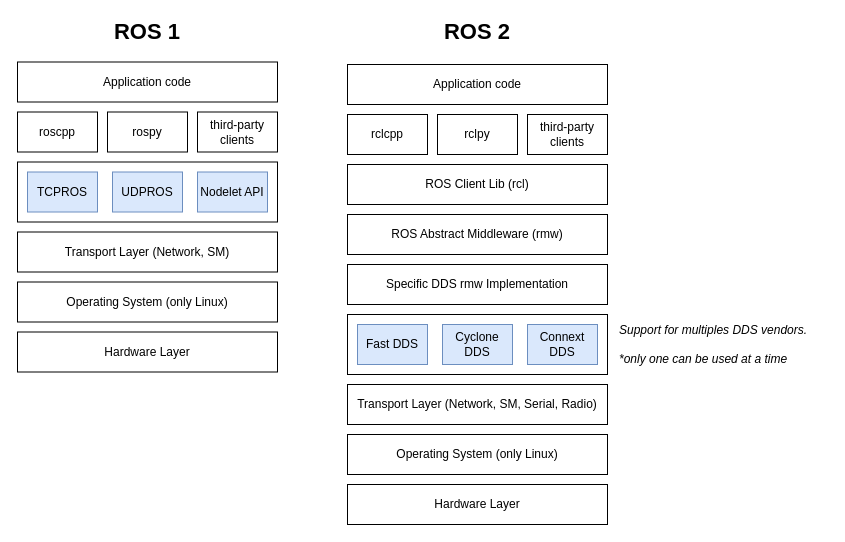
Above: page "stack" (5 of 6) of src/resources/ros.drawio in harleylara/robotics (draw.io), before the change. Source tidied: cells renumbered, new cells numbered last; positions are measured from the earlier drawing's top-left corner, leaving out a move shared by most shapes. Both pictures are drawn from the tidied source at 100%, with x=0, y=0 at pixel (17, 16).
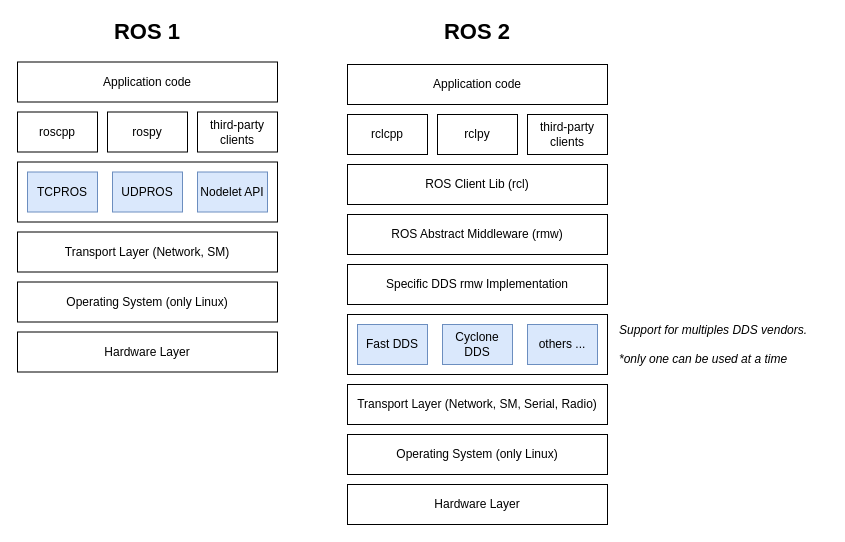
Above is the later version.

Commit message (it also covers changes not shown here):
add diagram ros distro concept

The edit, as a diff of the source:
```diff
@@
-    <mxCell id="18" value="Connext DDS" style="rounded=0;whiteSpace=wrap;html=1;fillColor=#dae8fc;strokeColor=#6c8ebf;" parent="1" vertex="1">
+    <mxCell id="18" value="others ..." style="rounded=0;whiteSpace=wrap;html=1;fillColor=#dae8fc;strokeColor=#6c8ebf;" parent="1" vertex="1">
       <mxGeometry x="510" y="308" width="70" height="40" as="geometry" />
     </mxCell>
```
